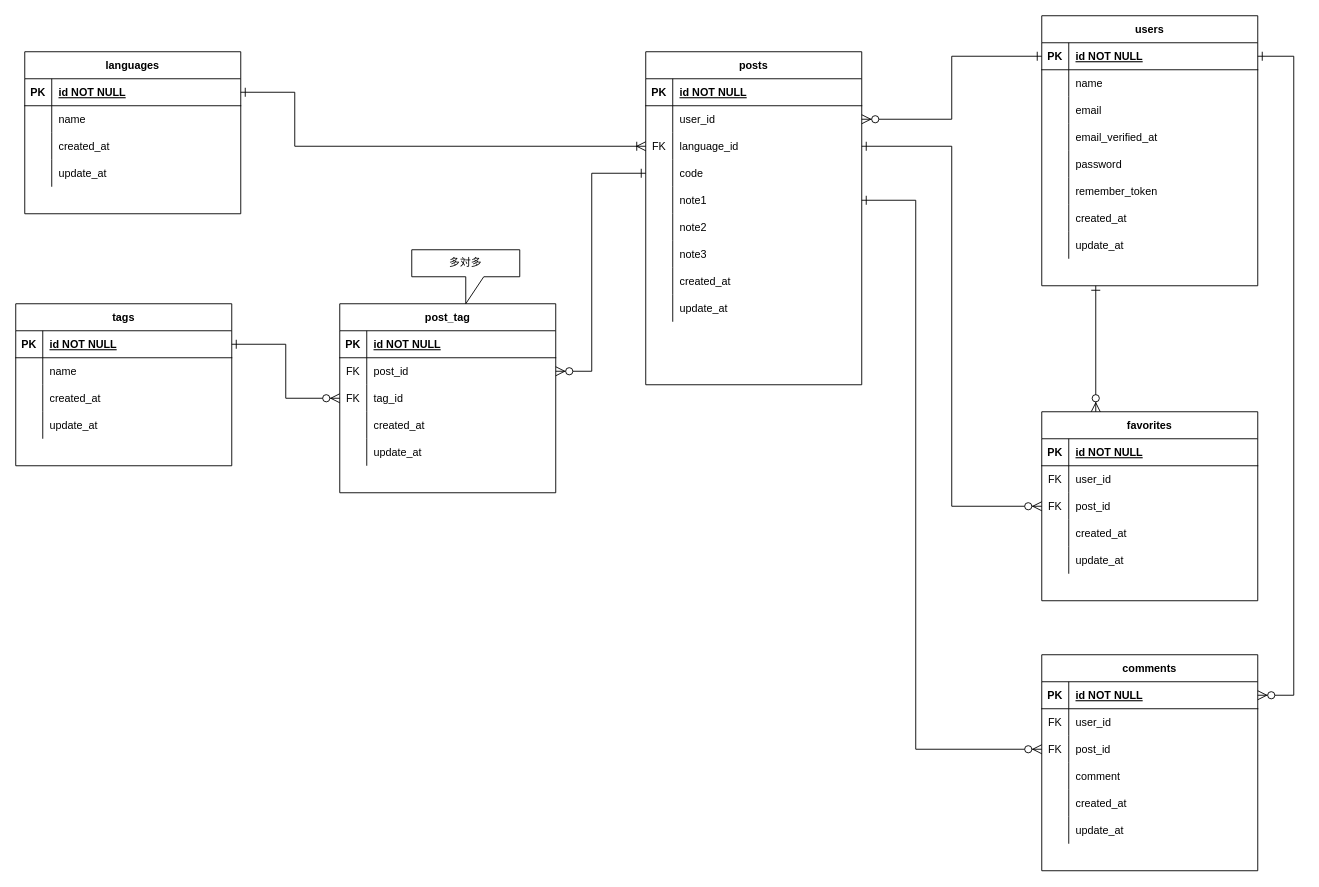
Earlier version of the draw.io diagram bitcode.drawio (0gravity000/er001). Source tidied: cells renumbered, new cells numbered last; positions are measured from the earlier drawing's top-left corner, leaving out a move shared by most shapes. Both pictures are drawn from the tidied source at 90%, with x=0, y=0 at pixel (15, 15).
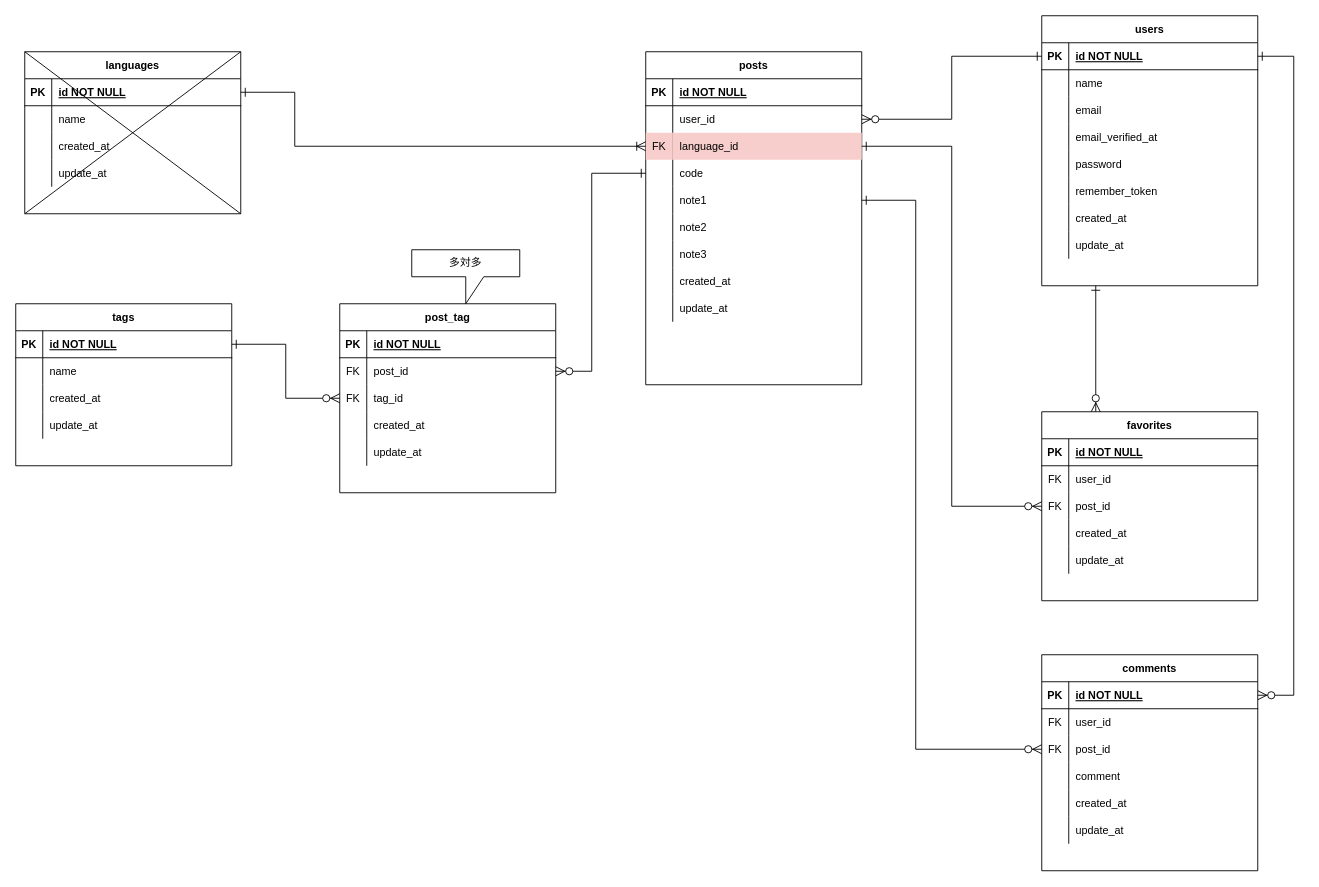
The same diagram, later.

Unchanged cells that the change refers to:
```xml
<mxCell id="9" style="shape=partialRectangle;fillColor=none;points=[[0,0.5],[1,0.5]];portConstraint=eastwest;top=0;left=0;right=0;bottom=0;" parent="2" vertex="1">
  <mxGeometry y="90" width="240" height="30" as="geometry" />
</mxCell>
<mxCell id="73" value="languages" style="shape=table;startSize=30;childLayout=tableLayout;rowLines=0;fontStyle=1;align=center;" parent="1" vertex="1">
  <mxGeometry x="10" y="40" width="240" height="180" as="geometry" />
</mxCell>
```

Change to the diagram source:
```diff
@@
-    <mxCell id="10" value="FK" style="shape=partialRectangle;overflow=hidden;fillColor=none;top=0;left=0;bottom=0;right=0;" parent="9" vertex="1">
+    <mxCell id="10" value="FK" style="shape=partialRectangle;overflow=hidden;fillColor=#f8cecc;top=0;left=0;bottom=0;right=0;sketch=0;shadow=0;strokeColor=#b85450;" parent="9" vertex="1">
       <mxGeometry width="30" height="30" as="geometry" />
     </mxCell>
-    <mxCell id="11" value="language_id" style="shape=partialRectangle;overflow=hidden;fillColor=none;top=0;left=0;bottom=0;right=0;align=left;spacingLeft=6;" parent="9" vertex="1">
+    <mxCell id="11" value="language_id" style="shape=partialRectangle;overflow=hidden;fillColor=#f8cecc;top=0;left=0;bottom=0;right=0;align=left;spacingLeft=6;sketch=0;shadow=0;strokeColor=#b85450;" parent="9" vertex="1">
       <mxGeometry x="30" width="210" height="30" as="geometry" />
     </mxCell>
@@
+    <mxCell id="141" style="endArrow=none;html=1;startSize=8;endSize=8;entryX=0;entryY=0;entryDx=0;entryDy=0;exitX=1;exitY=1;exitDx=0;exitDy=0;" parent="1" edge="1" source="73" target="73">
+      <mxGeometry relative="1" as="geometry" />
+    </mxCell>
+    <mxCell id="142" style="endArrow=none;html=1;startSize=8;endSize=8;entryX=1;entryY=0;entryDx=0;entryDy=0;exitX=0;exitY=1;exitDx=0;exitDy=0;" parent="1" edge="1" source="73" target="73">
+      <mxGeometry relative="1" as="geometry" />
+    </mxCell>
```
